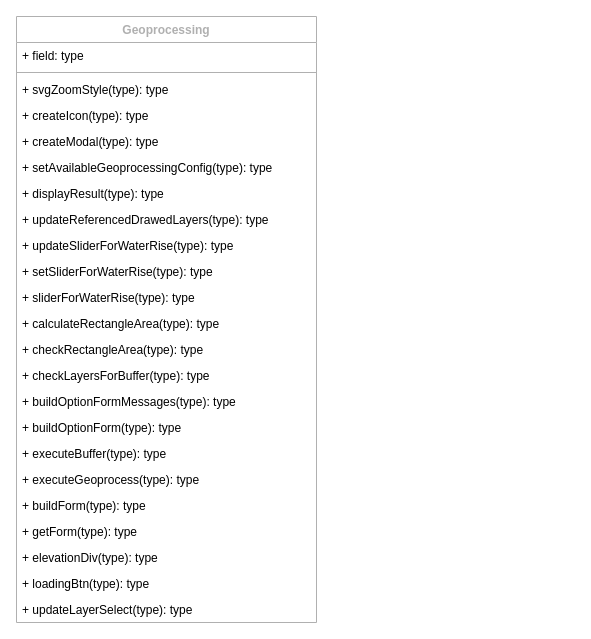
Above: page "Original" (1 of 3) of src/docs/Geoprocess.drawio in ign-argentina/argenmap (draw.io), before the change. Source tidied: cells renumbered, new cells numbered last; positions are measured from the earlier drawing's top-left corner, leaving out a move shared by most shapes. Both pictures are drawn from the tidied source at 100%, with x=0, y=0 at pixel (16, 16).
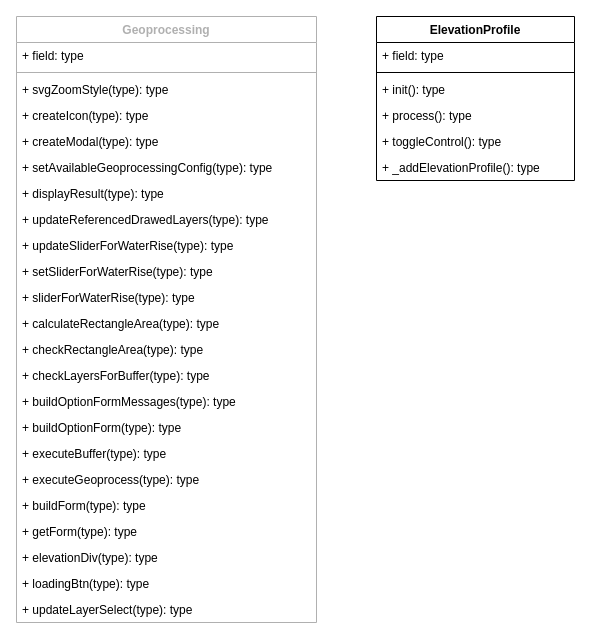
The same diagram, later.

What changed in the source:
```diff
@@
+    <mxCell id="26" value="ElevationProfile" style="swimlane;fontStyle=1;align=center;verticalAlign=top;horizontal=1;startSize=26;" parent="1" vertex="1">
+      <mxGeometry x="360" width="198" height="164" as="geometry" />
+    </mxCell>
+    <mxCell id="27" value="+ field: type" style="text;strokeColor=none;fillColor=none;align=left;verticalAlign=top;spacingLeft=4;spacingRight=4;overflow=hidden;" parent="26" vertex="1">
+      <mxGeometry y="26" width="198" height="26" as="geometry" />
+    </mxCell>
+    <mxCell id="28" style="line;strokeWidth=1;fillColor=none;align=left;verticalAlign=middle;spacingTop=-1;spacingLeft=3;spacingRight=3;labelPosition=right;strokeColor=inherit;" parent="26" vertex="1">
+      <mxGeometry y="52" width="198" height="8" as="geometry" />
+    </mxCell>
+    <mxCell id="29" value="+ init(): type" style="text;strokeColor=none;fillColor=none;align=left;verticalAlign=top;spacingLeft=4;spacingRight=4;overflow=hidden;" parent="26" vertex="1">
+      <mxGeometry y="60" width="198" height="26" as="geometry" />
+    </mxCell>
+    <mxCell id="30" value="+ process(): type" style="text;strokeColor=none;fillColor=none;align=left;verticalAlign=top;spacingLeft=4;spacingRight=4;overflow=hidden;" parent="26" vertex="1">
+      <mxGeometry y="86" width="198" height="26" as="geometry" />
+    </mxCell>
+    <mxCell id="31" value="+ toggleControl(): type" style="text;strokeColor=none;fillColor=none;align=left;verticalAlign=top;spacingLeft=4;spacingRight=4;overflow=hidden;" parent="26" vertex="1">
+      <mxGeometry y="112" width="198" height="26" as="geometry" />
+    </mxCell>
+    <mxCell id="32" value="+ _addElevationProfile(): type" style="text;strokeColor=none;fillColor=none;align=left;verticalAlign=top;spacingLeft=4;spacingRight=4;overflow=hidden;" parent="26" vertex="1">
+      <mxGeometry y="138" width="198" height="26" as="geometry" />
+    </mxCell>
```
